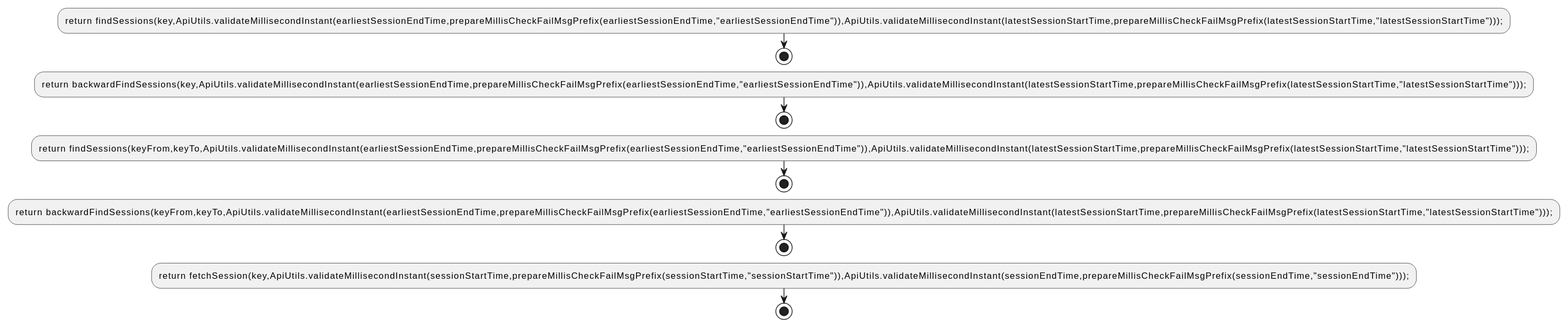
This is docs/qc/streams/src/main/java/org/apache/kafka/streams/state/SessionStore.java.fct.svg from qualitesys/kafka, a PlantUML export, as it was before one commit.
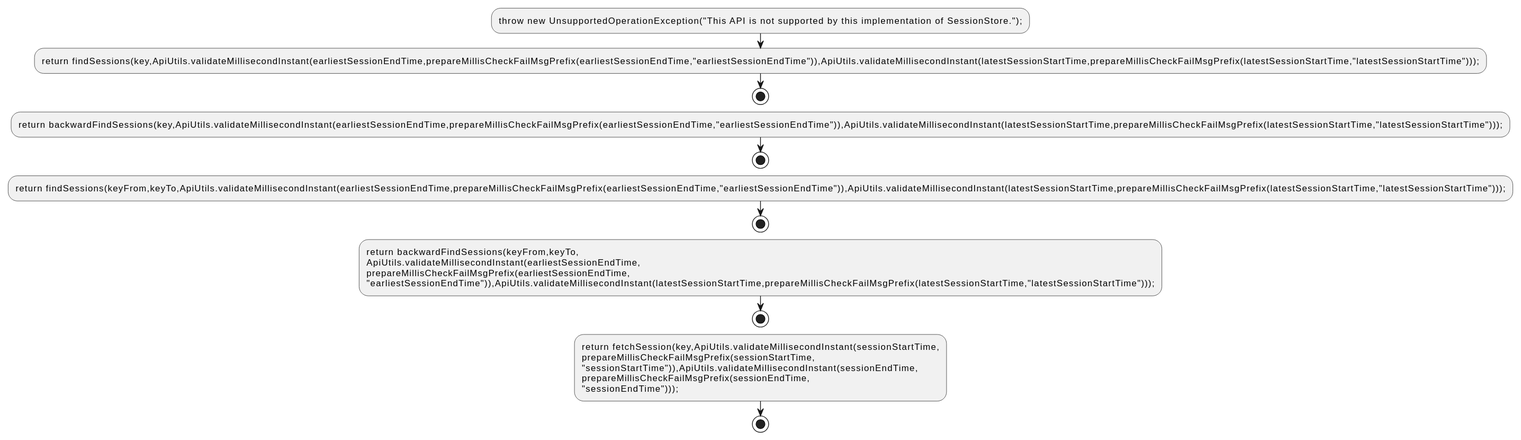
The same diagram one commit later.

The edit, as a diff of the source:
```diff
@@ -1,13 +1,21 @@
 @startuml
 !pragma layout smetana
+:throw new UnsupportedOperationException("This API is not supported by this implementation of SessionStore.");;
 :return findSessions(key,ApiUtils.validateMillisecondInstant(earliestSessionEndTime,prepareMillisCheckFailMsgPrefix(earliestSessionEndTime,"earliestSessionEndTime")),ApiUtils.validateMillisecondInstant(latestSessionStartTime,prepareMillisCheckFailMsgPrefix(latestSessionStartTime,"latestSessionStartTime")));;
 stop
 :return backwardFindSessions(key,ApiUtils.validateMillisecondInstant(earliestSessionEndTime,prepareMillisCheckFailMsgPrefix(earliestSessionEndTime,"earliestSessionEndTime")),ApiUtils.validateMillisecondInstant(latestSessionStartTime,prepareMillisCheckFailMsgPrefix(latestSessionStartTime,"latestSessionStartTime")));;
 stop
 :return findSessions(keyFrom,keyTo,ApiUtils.validateMillisecondInstant(earliestSessionEndTime,prepareMillisCheckFailMsgPrefix(earliestSessionEndTime,"earliestSessionEndTime")),ApiUtils.validateMillisecondInstant(latestSessionStartTime,prepareMillisCheckFailMsgPrefix(latestSessionStartTime,"latestSessionStartTime")));;
 stop
-:return backwardFindSessions(keyFrom,keyTo,ApiUtils.validateMillisecondInstant(earliestSessionEndTime,prepareMillisCheckFailMsgPrefix(earliestSessionEndTime,"earliestSessionEndTime")),ApiUtils.validateMillisecondInstant(latestSessionStartTime,prepareMillisCheckFailMsgPrefix(latestSessionStartTime,"latestSessionStartTime")));;
+:return backwardFindSessions(keyFrom,keyTo,
+ApiUtils.validateMillisecondInstant(earliestSessionEndTime,
+prepareMillisCheckFailMsgPrefix(earliestSessionEndTime,
+"earliestSessionEndTime")),ApiUtils.validateMillisecondInstant(latestSessionStartTime,prepareMillisCheckFailMsgPrefix(latestSessionStartTime,"latestSessionStartTime")));;
 stop
-:return fetchSession(key,ApiUtils.validateMillisecondInstant(sessionStartTime,prepareMillisCheckFailMsgPrefix(sessionStartTime,"sessionStartTime")),ApiUtils.validateMillisecondInstant(sessionEndTime,prepareMillisCheckFailMsgPrefix(sessionEndTime,"sessionEndTime")));;
+:return fetchSession(key,ApiUtils.validateMillisecondInstant(sessionStartTime,
+prepareMillisCheckFailMsgPrefix(sessionStartTime,
+"sessionStartTime")),ApiUtils.validateMillisecondInstant(sessionEndTime,
+prepareMillisCheckFailMsgPrefix(sessionEndTime,
+"sessionEndTime")));;
 stop
 @enduml
```
